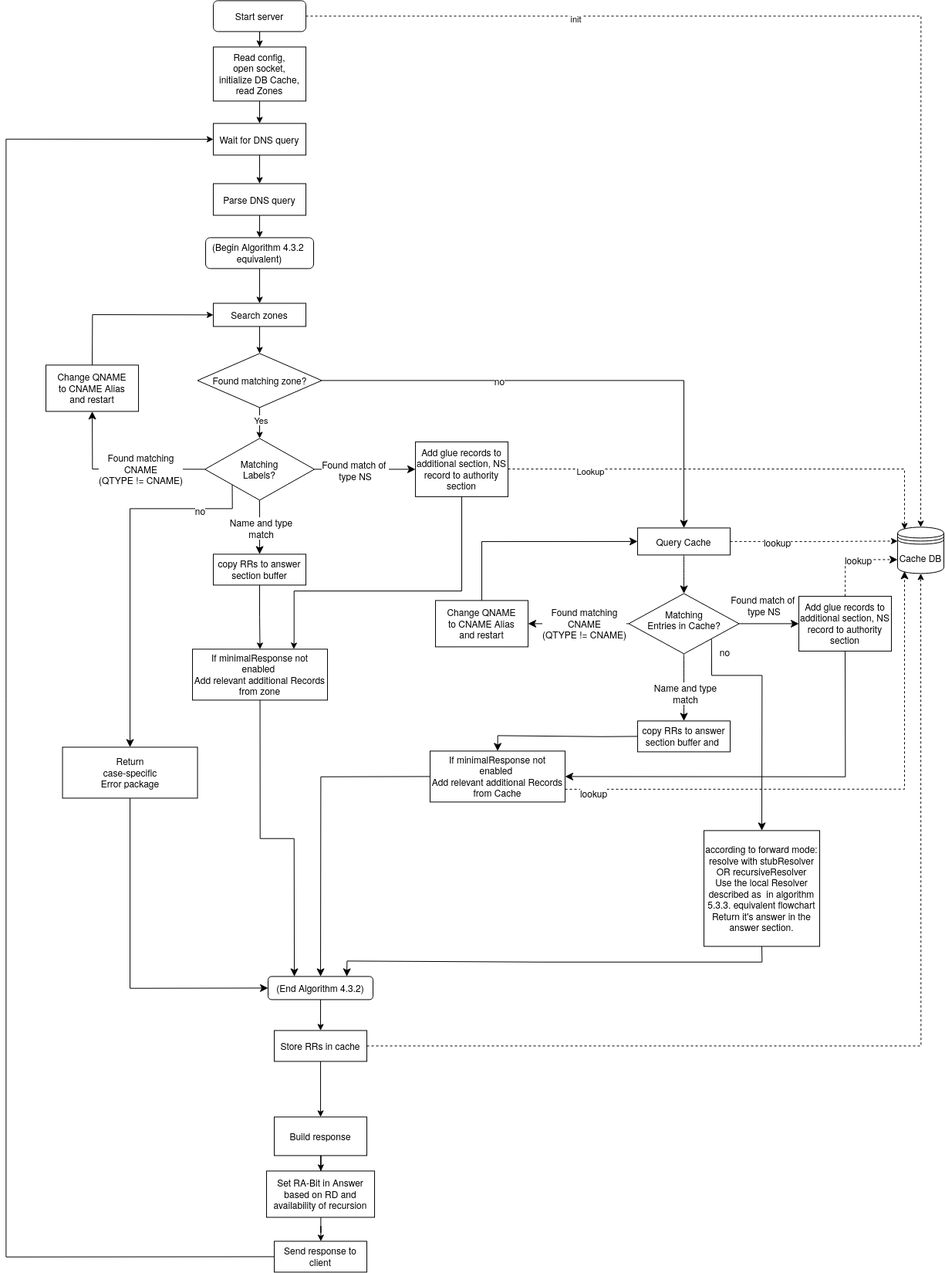
Above: docfiles/Algorithm_4.3.2_equivalent.png in V-Q-M/DNS-Server-in-Java (draw.io), before the change. Source tidied: cells renumbered, new cells last; positions are measured from the earlier drawing's top-left corner, leaving out a move shared by most shapes.
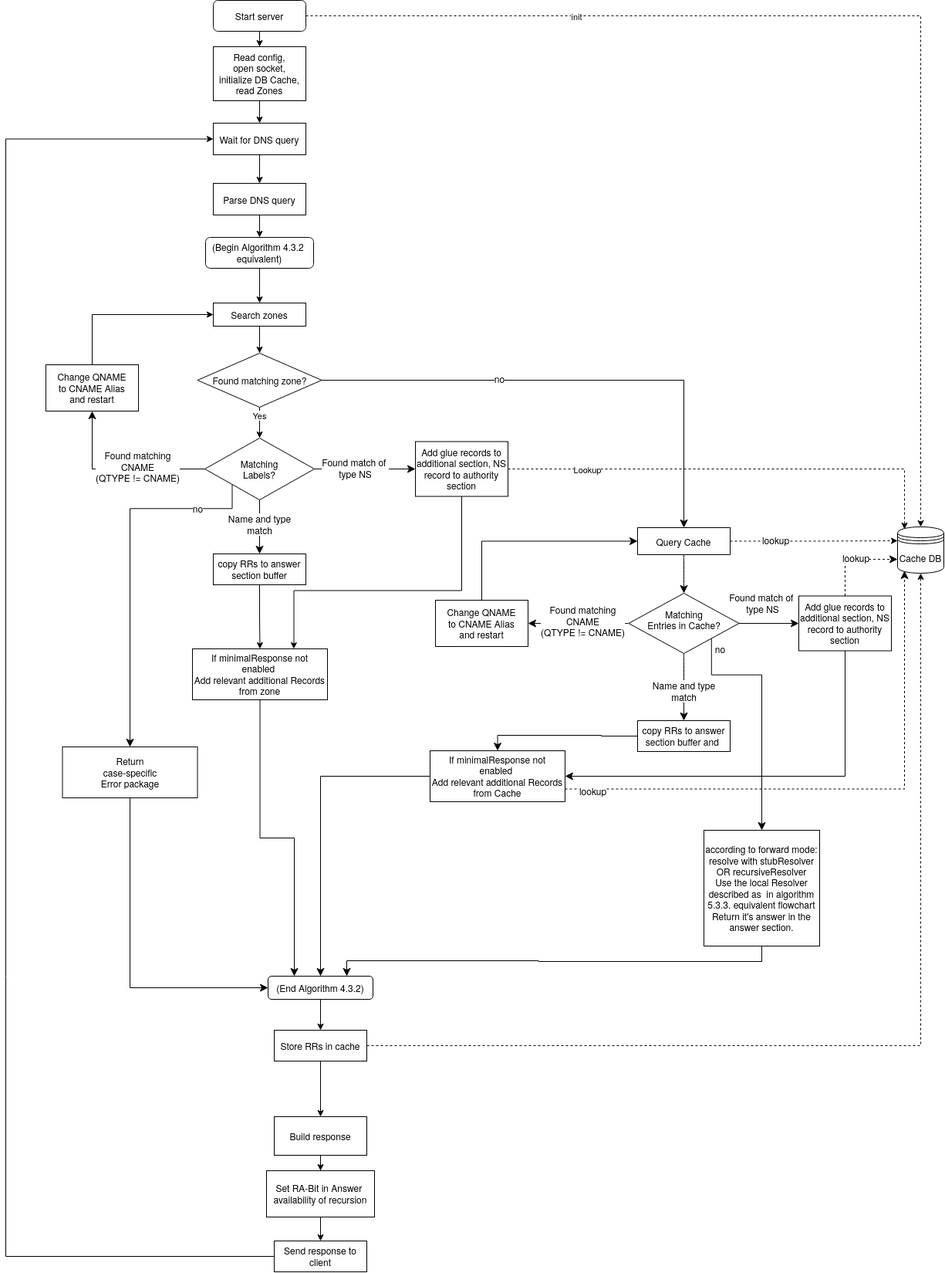
The same file after the commit.

Commit message:
changed minor inaccuracy with setting of RA

Change to the diagram source:
```diff
@@ -16,11 +16,11 @@
     <mxCell id="5" value="Start server" style="rounded=1;whiteSpace=wrap;html=1;" parent="1" vertex="1">
       <mxGeometry x="269" width="120" height="40" as="geometry" />
     </mxCell>
-    <mxCell id="6" style="edgeStyle=orthogonalEdgeStyle;rounded=0;jettySize=auto;html=1;entryX=0.5;entryY=0;entryDx=0;entryDy=0;" parent="1" edge="1" target="10">
-      <mxGeometry relative="1" as="geometry">
-        <mxPoint x="329" y="130" as="sourcePoint" />
-      </mxGeometry>
-    </mxCell>
+    <mxCell id="83" style="edgeStyle=orthogonalEdgeStyle;rounded=0;jettySize=auto;html=1;entryX=0.5;entryY=0;entryDx=0;entryDy=0;" parent="1" edge="1" target="10">
+      <mxGeometry relative="1" as="geometry">
+        <mxPoint x="329" y="130" as="sourcePoint" />
+      </mxGeometry>
+    </mxCell>
     <mxCell id="7" value="Read config,&lt;div&gt;open socket,&lt;/div&gt;&lt;div&gt;initialize DB Cache,&lt;/div&gt;&lt;div&gt;read Zones&lt;/div&gt;" style="rounded=0;whiteSpace=wrap;html=1;" parent="1" vertex="1">
       <mxGeometry x="269" y="60" width="120" height="70" as="geometry" />
     </mxCell>
@@ -87,9 +87,9 @@
     <mxCell id="28" value="Store RRs in cache" style="rounded=0;whiteSpace=wrap;html=1;" parent="1" vertex="1">
       <mxGeometry x="348" y="1334" width="120" height="40" as="geometry" />
     </mxCell>
-    <mxCell id="29" style="edgeStyle=orthogonalEdgeStyle;rounded=0;jettySize=auto;html=1;" parent="1" edge="1" source="42" target="33">
-      <mxGeometry relative="1" as="geometry" />
-    </mxCell>
+    <mxCell id="84" style="edgeStyle=orthogonalEdgeStyle;rounded=0;jettySize=auto;html=1;" parent="1" edge="1" source="87" target="33">
+      <mxGeometry relative="1" as="geometry" />
+    </mxCell>
     <mxCell id="30" style="edgeStyle=orthogonalEdgeStyle;rounded=0;jettySize=auto;html=1;entryX=0.5;entryY=1;entryDx=0;entryDy=0;dashed=1;exitX=1;exitY=0.5;exitDx=0;exitDy=0;" parent="1" edge="1" source="28" target="8">
       <mxGeometry relative="1" as="geometry" />
     </mxCell>
@@ -133,26 +133,26 @@
         </Array>
       </mxGeometry>
     </mxCell>
-    <mxCell id="40" style="edgeStyle=orthogonalEdgeStyle;rounded=0;orthogonalLoop=1;jettySize=auto;html=1;innerLoopWaypoints=1;exitX=0.5;exitY=1;exitDx=0;exitDy=0;" parent="1" edge="1">
-      <mxGeometry relative="1" as="geometry">
-        <mxPoint x="533" y="710" as="sourcePoint" />
-        <mxPoint x="533" y="710" as="targetPoint" />
-      </mxGeometry>
-    </mxCell>
-    <mxCell id="41" style="edgeStyle=orthogonalEdgeStyle;rounded=0;jettySize=auto;html=1;" parent="1" edge="1" source="31" target="42">
-      <mxGeometry relative="1" as="geometry" />
-    </mxCell>
-    <mxCell id="42" value="Set RA-Bit in Answer based on RD and availability of recursion" style="rounded=0;whiteSpace=wrap;html=1;" parent="1" vertex="1">
-      <mxGeometry x="338" y="1516" width="140" height="60" as="geometry" />
-    </mxCell>
+    <mxCell id="85" style="edgeStyle=orthogonalEdgeStyle;rounded=0;orthogonalLoop=1;jettySize=auto;html=1;innerLoopWaypoints=1;exitX=0.5;exitY=1;exitDx=0;exitDy=0;" parent="1" edge="1">
+      <mxGeometry relative="1" as="geometry">
+        <mxPoint x="533" y="710" as="sourcePoint" />
+        <mxPoint x="533" y="710" as="targetPoint" />
+      </mxGeometry>
+    </mxCell>
+    <mxCell id="86" style="edgeStyle=orthogonalEdgeStyle;rounded=0;jettySize=auto;html=1;" parent="1" edge="1" source="31" target="87">
+      <mxGeometry relative="1" as="geometry" />
+    </mxCell>
+    <mxCell id="87" value="Set RA-Bit in Answer&amp;nbsp; availability of recursion" style="rounded=0;whiteSpace=wrap;html=1;" parent="1" vertex="1">
+      <mxGeometry x="338" y="1516" width="140" height="60" as="geometry" />
+    </mxCell>
     <mxCell id="43" style="edgeStyle=orthogonalEdgeStyle;rounded=0;jettySize=auto;html=1;exitX=1;exitY=0.5;exitDx=0;exitDy=0;entryX=0;entryY=0.3;entryDx=0;entryDy=0;dashed=1;" parent="1" edge="1" source="61" target="8">
       <mxGeometry relative="1" as="geometry" />
     </mxCell>
-    <mxCell id="44" value="lookup" style="edgeLabel;html=1;align=center;verticalAlign=middle;fontSize=12;" parent="43" vertex="1">
-      <mxGeometry x="-0.5" y="-1" relative="1" as="geometry">
-        <mxPoint x="4" y="-3" as="offset" />
-      </mxGeometry>
-    </mxCell>
+    <mxCell id="88" value="lookup" style="edgeLabel;html=1;align=center;verticalAlign=middle;fontSize=12;" parent="43" vertex="1">
+      <mxGeometry x="-0.5" y="-1" relative="1" as="geometry">
+        <mxPoint x="4" y="-3" as="offset" />
+      </mxGeometry>
+    </mxCell>
     <mxCell id="45" value="Change QNAME&lt;div&gt;to CNAME Alias&lt;/div&gt;&lt;div&gt;and restart&lt;/div&gt;" style="rounded=0;whiteSpace=wrap;html=1;" parent="1" vertex="1">
       <mxGeometry x="52" y="472" width="120" height="60" as="geometry" />
     </mxCell>
@@ -199,11 +199,11 @@
         </Array>
       </mxGeometry>
     </mxCell>
-    <mxCell id="58" value="no" style="edgeLabel;html=1;align=center;verticalAlign=middle;fontSize=12;" parent="57" vertex="1">
-      <mxGeometry x="-0.46" y="-4" relative="1" as="geometry">
-        <mxPoint x="-26" y="-38" as="offset" />
-      </mxGeometry>
-    </mxCell>
+    <mxCell id="89" value="no" style="edgeLabel;html=1;align=center;verticalAlign=middle;fontSize=12;" parent="57" vertex="1">
+      <mxGeometry x="-0.46" y="-4" relative="1" as="geometry">
+        <mxPoint x="-26" y="-38" as="offset" />
+      </mxGeometry>
+    </mxCell>
     <mxCell id="59" value="Matching Entries in Cache?" style="rhombus;whiteSpace=wrap;html=1;shapeInside=1;" parent="1" vertex="1">
       <mxGeometry x="807.5" y="768" width="143" height="78" as="geometry" />
     </mxCell>
@@ -225,11 +225,11 @@
     <mxCell id="65" style="edgeStyle=orthogonalEdgeStyle;rounded=0;jettySize=auto;html=1;exitX=0.5;exitY=0;exitDx=0;exitDy=0;entryX=0;entryY=0.7;entryDx=0;entryDy=0;fontSize=12;startSize=8;endSize=8;dashed=1;" parent="1" edge="1" source="68" target="8">
       <mxGeometry relative="1" as="geometry" />
     </mxCell>
-    <mxCell id="66" value="lookup" style="edgeLabel;html=1;align=center;verticalAlign=middle;fontSize=12;" parent="65" vertex="1">
-      <mxGeometry x="0.05" y="3" relative="1" as="geometry">
-        <mxPoint x="1" as="offset" />
-      </mxGeometry>
-    </mxCell>
+    <mxCell id="90" value="lookup" style="edgeLabel;html=1;align=center;verticalAlign=middle;fontSize=12;" parent="65" vertex="1">
+      <mxGeometry x="0.05" y="3" relative="1" as="geometry">
+        <mxPoint x="1" as="offset" />
+      </mxGeometry>
+    </mxCell>
     <mxCell id="67" style="edgeStyle=orthogonalEdgeStyle;rounded=0;jettySize=auto;html=1;exitX=0.5;exitY=1;exitDx=0;exitDy=0;fontSize=12;startSize=8;endSize=8;entryX=1;entryY=0.5;entryDx=0;entryDy=0;" parent="1" edge="1" source="68" target="79">
       <mxGeometry relative="1" as="geometry" />
     </mxCell>
@@ -251,9 +251,9 @@
     <mxCell id="73" style="edgeStyle=orthogonalEdgeStyle;rounded=0;jettySize=auto;html=1;exitX=1;exitY=0.75;exitDx=0;exitDy=0;entryX=0.15;entryY=0.95;entryDx=0;entryDy=0;entryPerimeter=0;fontSize=12;startSize=8;endSize=8;dashed=1;" parent="1" edge="1" source="79" target="8">
       <mxGeometry relative="1" as="geometry" />
     </mxCell>
-    <mxCell id="74" value="lookup" style="edgeLabel;html=1;align=center;verticalAlign=middle;fontSize=12;" parent="73" vertex="1">
-      <mxGeometry x="-0.9" y="-2" relative="1" as="geometry" />
-    </mxCell>
+    <mxCell id="91" value="lookup" style="edgeLabel;html=1;align=center;verticalAlign=middle;fontSize=12;" parent="73" vertex="1">
+      <mxGeometry x="-0.9" y="-2" relative="1" as="geometry" />
+    </mxCell>
     <mxCell id="75" style="edgeStyle=orthogonalEdgeStyle;rounded=0;jettySize=auto;html=1;entryX=0.5;entryY=0;entryDx=0;entryDy=0;" parent="1" edge="1" source="35" target="77">
       <mxGeometry relative="1" as="geometry" />
     </mxCell>
@@ -277,11 +277,11 @@
         </Array>
       </mxGeometry>
     </mxCell>
-    <mxCell id="81" value="no" style="edgeLabel;html=1;align=center;verticalAlign=middle;fontSize=12;" parent="80" vertex="1">
-      <mxGeometry x="-0.86" y="2" relative="1" as="geometry">
-        <mxPoint x="-43" y="-3" as="offset" />
-      </mxGeometry>
-    </mxCell>
+    <mxCell id="92" value="no" style="edgeLabel;html=1;align=center;verticalAlign=middle;fontSize=12;" parent="80" vertex="1">
+      <mxGeometry x="-0.86" y="2" relative="1" as="geometry">
+        <mxPoint x="-43" y="-3" as="offset" />
+      </mxGeometry>
+    </mxCell>
     <mxCell id="82" value="&lt;div&gt;Return&lt;/div&gt;&lt;div&gt;case-specific&lt;/div&gt;&lt;div&gt;Error package&lt;/div&gt;" style="rounded=0;whiteSpace=wrap;html=1;" parent="1" vertex="1">
       <mxGeometry x="73.5" y="967" width="175" height="66" as="geometry" />
     </mxCell>
```
